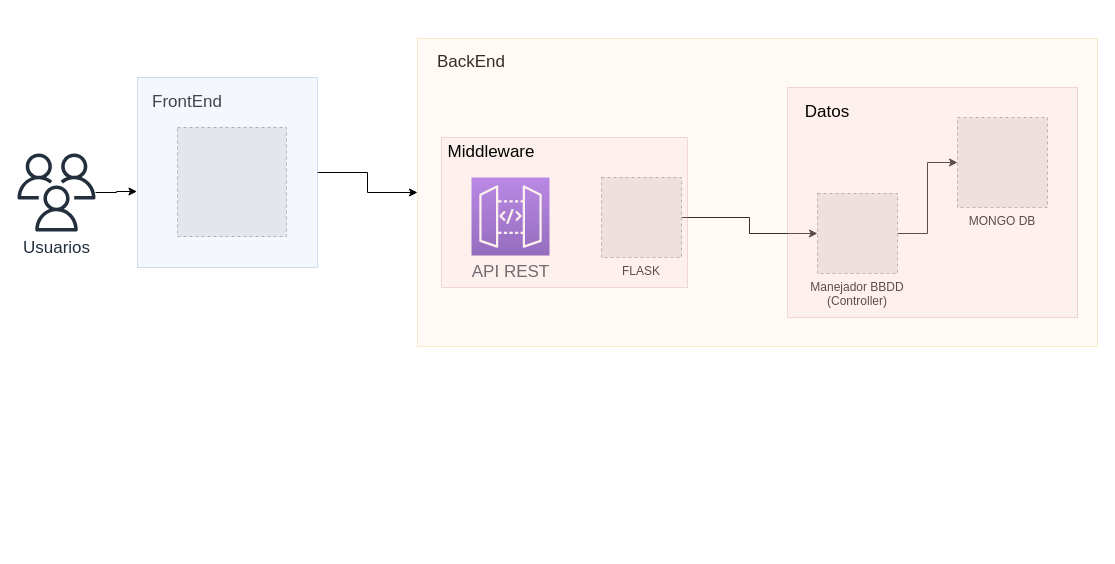
alonsodiaxz/Cliente-Multimedia keeps this draw.io diagram as Arquitectura1.drawio. Above is the earlier version. Source tidied: cells renumbered, new cells numbered last; positions are measured from the earlier drawing's top-left corner, leaving out a move shared by most shapes. Both pictures are drawn from the tidied source at 100%, with x=0, y=0 at pixel (17, 38). Pictures stored in the file or linked from it are replaced by grey dashed boxes.
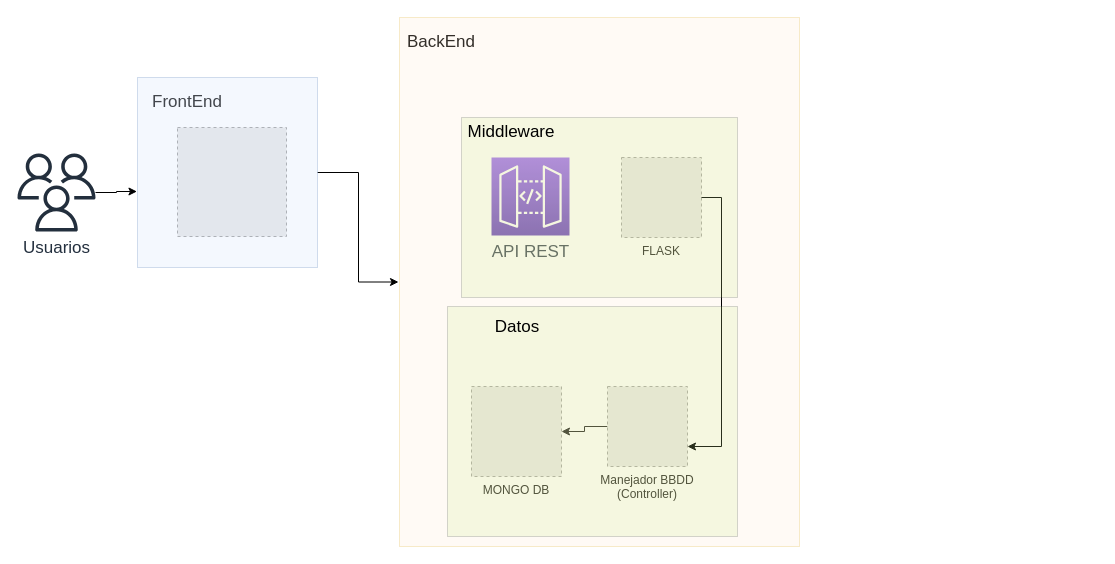
The same diagram, later.

Diff of the diagram source:
```diff
@@
-<mxGraphModel>
+<mxGraphModel background="#FFFFFF">
   <root>
     <mxCell id="0" />
     <mxCell id="1" parent="0" />
     <mxCell id="2" style="edgeStyle=orthogonalEdgeStyle;rounded=0;jettySize=auto;html=1;fontSize=17;entryX=-0.003;entryY=0.6;entryDx=0;entryDy=0;entryPerimeter=0;" parent="1" edge="1" source="3" target="14">
       <mxGeometry relative="1" as="geometry" />
     </mxCell>
     <mxCell id="3" value="&lt;font style=&quot;font-size: 17px;&quot;&gt;Usuarios&lt;/font&gt;" style="sketch=0;outlineConnect=0;fontColor=#232F3E;gradientColor=none;fillColor=#232F3D;strokeColor=none;dashed=0;verticalLabelPosition=bottom;verticalAlign=top;align=center;html=1;fontSize=12;fontStyle=0;shape=mxgraph.aws4.users;" parent="1" vertex="1">
       <mxGeometry y="115" width="78" height="78" as="geometry" />
     </mxCell>
     <mxCell id="4" value="FrontEnd" style="text;html=1;strokeColor=none;fillColor=none;align=center;verticalAlign=middle;whiteSpace=wrap;rounded=0;fontSize=17;" parent="1" vertex="1">
       <mxGeometry x="140" y="49" width="60" height="30" as="geometry" />
     </mxCell>
     <mxCell id="5" value="&lt;font style=&quot;font-size: 17px;&quot;&gt;API REST&lt;/font&gt;" style="sketch=0;fontColor=#232F3E;gradientColor=#945DF2;gradientDirection=north;fillColor=#5A30B5;strokeColor=#ffffff;dashed=0;verticalLabelPosition=bottom;verticalAlign=top;align=center;html=1;fontSize=12;fontStyle=0;shape=mxgraph.aws4.resourceIcon;resIcon=mxgraph.aws4.api_gateway;" parent="1" vertex="1">
-      <mxGeometry x="454" y="139" width="78" height="78" as="geometry" />
+      <mxGeometry x="474" y="119" width="78" height="78" as="geometry" />
     </mxCell>
     <mxCell id="6" value="MONGO DB" style="fillColor=#E6E6E6;strokeColor=#999999;dashed=1;verticalLabelPosition=bottom;verticalAlign=top;" parent="1" vertex="1">
-      <mxGeometry x="940" y="79" width="90" height="90" as="geometry" />
+      <mxGeometry x="454" y="348" width="90" height="90" as="geometry" />
     </mxCell>
-    <mxCell id="7" style="edgeStyle=orthogonalEdgeStyle;rounded=0;jettySize=auto;html=1;fontSize=17;entryX=0;entryY=0.5;entryDx=0;entryDy=0;" parent="1" edge="1" source="8" target="11">
-      <mxGeometry relative="1" as="geometry" />
-    </mxCell>
     <mxCell id="8" value="FLASK" style="fillColor=#E6E6E6;strokeColor=#999999;dashed=1;verticalLabelPosition=bottom;verticalAlign=top;" parent="1" vertex="1">
-      <mxGeometry x="584" y="139" width="80" height="80" as="geometry" />
+      <mxGeometry x="604" y="119" width="80" height="80" as="geometry" />
     </mxCell>
     <mxCell id="9" style="fillColor=#E6E6E6;strokeColor=#999999;dashed=1;verticalLabelPosition=bottom;verticalAlign=top;" parent="1" vertex="1">
       <mxGeometry x="160" y="89" width="109" height="109" as="geometry" />
     </mxCell>
-    <mxCell id="10" style="edgeStyle=orthogonalEdgeStyle;rounded=0;jettySize=auto;html=1;exitX=1;exitY=0.5;exitDx=0;exitDy=0;entryX=0;entryY=0.5;entryDx=0;entryDy=0;fontSize=17;" parent="1" edge="1" source="11" target="6">
+    <mxCell id="10" style="edgeStyle=orthogonalEdgeStyle;rounded=0;jettySize=auto;html=1;entryX=1;entryY=0.5;entryDx=0;entryDy=0;fontSize=17;" parent="1" edge="1" source="11" target="6">
       <mxGeometry relative="1" as="geometry" />
     </mxCell>
     <mxCell id="11" value="Manejador BBDD&#10;(Controller)" style="fillColor=#E6E6E6;strokeColor=#999999;dashed=1;verticalLabelPosition=bottom;verticalAlign=top;" parent="1" vertex="1">
-      <mxGeometry x="800" y="155" width="80" height="80" as="geometry" />
+      <mxGeometry x="590" y="348" width="80" height="80" as="geometry" />
     </mxCell>
     <mxCell id="12" value="BackEnd" style="text;html=1;strokeColor=none;fillColor=none;align=center;verticalAlign=middle;whiteSpace=wrap;rounded=0;fontSize=17;" parent="1" vertex="1">
-      <mxGeometry x="424" y="9" width="60" height="30" as="geometry" />
+      <mxGeometry x="394" y="-11" width="60" height="30" as="geometry" />
     </mxCell>
     <mxCell id="13" style="edgeStyle=orthogonalEdgeStyle;rounded=0;jettySize=auto;html=1;fontSize=17;" parent="1" edge="1" source="14" target="15">
       <mxGeometry relative="1" as="geometry" />
     </mxCell>
     <mxCell id="14" style="rounded=0;whiteSpace=wrap;html=1;fontSize=17;glass=0;fillColor=#dae8fc;strokeColor=#6c8ebf;opacity=30;" parent="1" vertex="1">
       <mxGeometry x="120" y="39" width="180" height="190" as="geometry" />
     </mxCell>
-    <mxCell id="15" style="rounded=0;whiteSpace=wrap;html=1;glass=0;fontSize=17;fillColor=#ffe6cc;strokeColor=#d79b00;opacity=20;" parent="1" vertex="1">
-      <mxGeometry x="400" width="680" height="308" as="geometry" />
+    <mxCell id="15" style="rounded=0;whiteSpace=wrap;html=1;glass=0;fontSize=17;fillColor=#ffe6cc;strokeColor=#d79b00;opacity=20;strokeWidth=1;perimeterSpacing=1;" parent="1" vertex="1">
+      <mxGeometry x="382" y="-21" width="400" height="529" as="geometry" />
     </mxCell>
+    <mxCell id="7" style="edgeStyle=orthogonalEdgeStyle;rounded=0;jettySize=auto;html=1;exitX=1;exitY=0.5;exitDx=0;exitDy=0;entryX=1;entryY=0.75;entryDx=0;entryDy=0;fontSize=17;" parent="1" edge="1" source="8" target="11">
+      <mxGeometry relative="1" as="geometry" />
+    </mxCell>
-    <mxCell id="16" style="rounded=0;whiteSpace=wrap;html=1;glass=0;fontSize=17;fillColor=#f8cecc;strokeColor=#b85450;opacity=20;" parent="1" vertex="1">
-      <mxGeometry x="424" y="99" width="246" height="150" as="geometry" />
+    <mxCell id="16" style="rounded=0;whiteSpace=wrap;html=1;glass=0;fontSize=17;fillColor=#cdeb8b;strokeColor=#36393d;opacity=20;" parent="1" vertex="1">
+      <mxGeometry x="444" y="79" width="276" height="180" as="geometry" />
     </mxCell>
     <mxCell id="17" value="Middleware" style="text;html=1;strokeColor=none;fillColor=none;align=center;verticalAlign=middle;whiteSpace=wrap;rounded=0;fontSize=17;" parent="1" vertex="1">
-      <mxGeometry x="444" y="99" width="60" height="30" as="geometry" />
+      <mxGeometry x="464" y="79" width="60" height="30" as="geometry" />
     </mxCell>
-    <mxCell id="18" style="rounded=0;whiteSpace=wrap;html=1;glass=0;fontSize=17;fillColor=#f8cecc;strokeColor=#b85450;opacity=20;" parent="1" vertex="1">
-      <mxGeometry x="770" y="49" width="290" height="230" as="geometry" />
+    <mxCell id="18" style="rounded=0;whiteSpace=wrap;html=1;glass=0;fontSize=17;fillColor=#cdeb8b;strokeColor=#36393d;opacity=20;shadow=0;sketch=0;" parent="1" vertex="1">
+      <mxGeometry x="430" y="268" width="290" height="230" as="geometry" />
     </mxCell>
     <mxCell id="19" value="Datos" style="text;html=1;strokeColor=none;fillColor=none;align=center;verticalAlign=middle;whiteSpace=wrap;rounded=0;fontSize=17;" parent="1" vertex="1">
-      <mxGeometry x="780" y="59" width="60" height="30" as="geometry" />
+      <mxGeometry x="470" y="274" width="60" height="30" as="geometry" />
     </mxCell>
   </root>
 </mxGraphModel>
```
